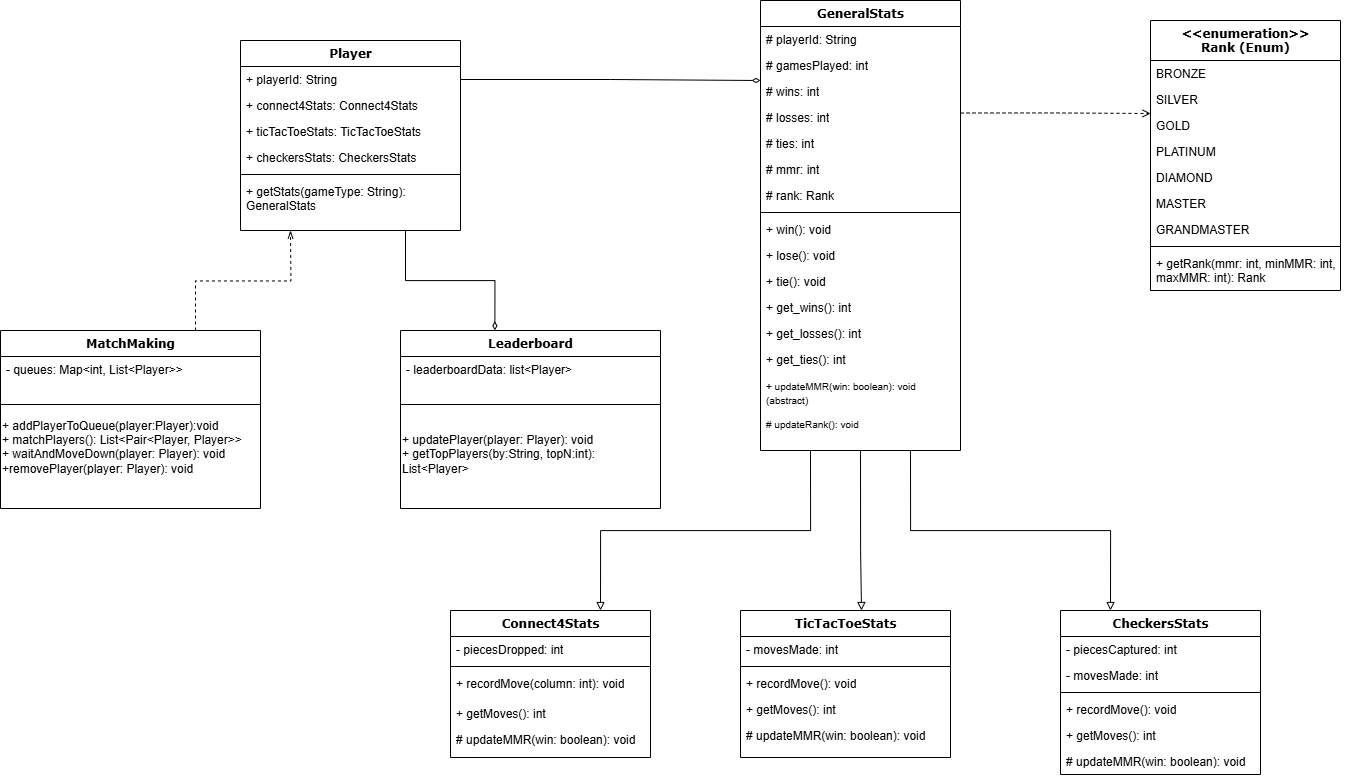
This is Structure Diagram/class_diagram.png from farshadislam/Socketed-Multigame-GUI, a draw.io export, as it was before one commit. Source tidied: cells renumbered, new cells last; positions are measured from the earlier drawing's top-left corner, leaving out a move shared by most shapes.
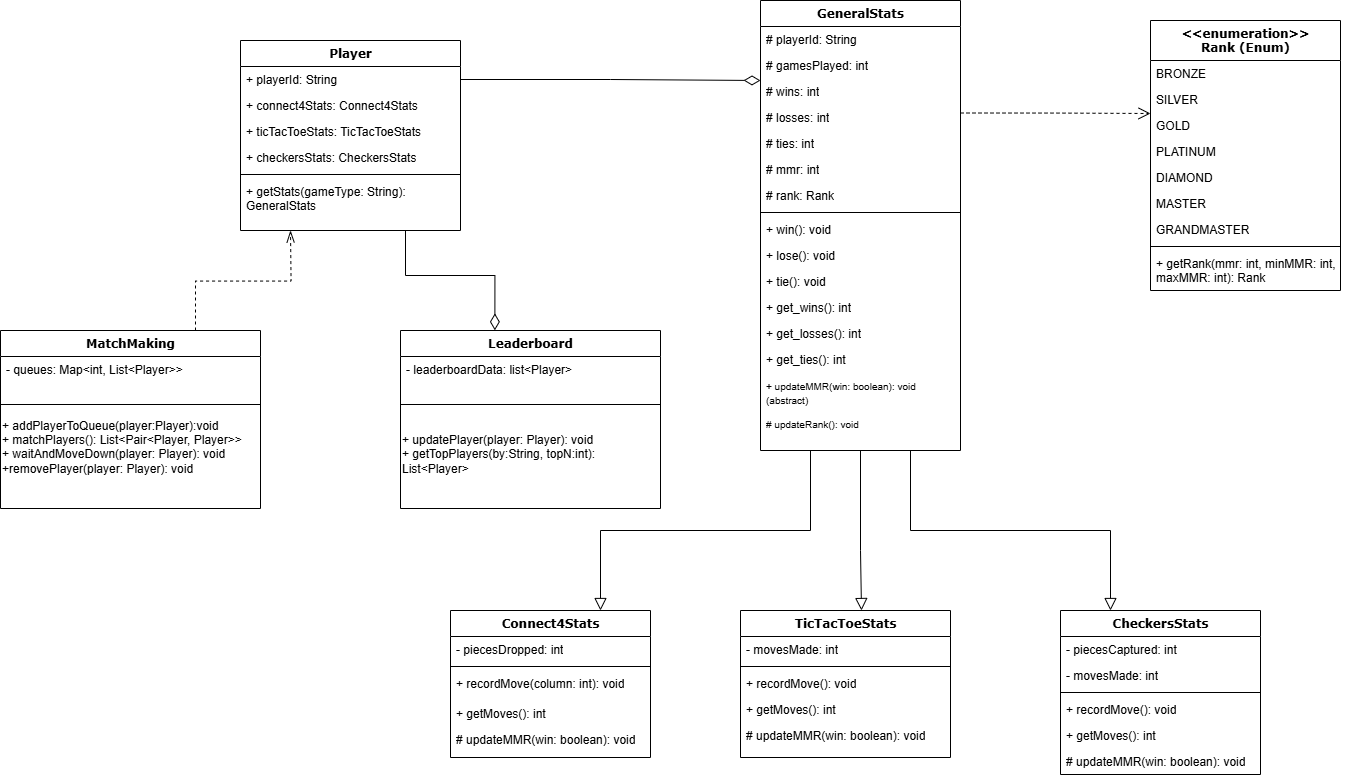
Above is the later version.

Commit message:
edited the aggregation of general stats and player to a composition, as a general stats class cannot exist without a player to have those stats, so its a composition

Diff of the diagram source:
```diff
@@ -2,10 +2,10 @@
   <root>
     <mxCell id="0" />
     <mxCell id="1" parent="0" />
-    <mxCell id="2" style="edgeStyle=orthogonalEdgeStyle;rounded=0;jettySize=auto;html=1;exitX=0.25;exitY=1;exitDx=0;exitDy=0;entryX=0.75;entryY=0;entryDx=0;entryDy=0;endArrow=block;endFill=0;" parent="1" edge="1" source="4" target="44">
+    <mxCell id="2" style="edgeStyle=orthogonalEdgeStyle;rounded=0;jettySize=auto;html=1;exitX=0.25;exitY=1;exitDx=0;exitDy=0;entryX=0.75;entryY=0;entryDx=0;entryDy=0;endArrow=block;endFill=0;endSize=10;" parent="1" edge="1" source="4" target="44">
       <mxGeometry relative="1" as="geometry" />
     </mxCell>
-    <mxCell id="3" style="edgeStyle=orthogonalEdgeStyle;rounded=0;jettySize=auto;html=1;exitX=0.75;exitY=1;exitDx=0;exitDy=0;entryX=0.25;entryY=0;entryDx=0;entryDy=0;endArrow=block;endFill=0;" parent="1" edge="1" source="4" target="56">
+    <mxCell id="3" style="edgeStyle=orthogonalEdgeStyle;rounded=0;jettySize=auto;html=1;exitX=0.75;exitY=1;exitDx=0;exitDy=0;entryX=0.25;entryY=0;entryDx=0;entryDy=0;endArrow=block;endFill=0;endSize=10;" parent="1" edge="1" source="4" target="56">
       <mxGeometry relative="1" as="geometry" />
     </mxCell>
     <mxCell id="4" value="GeneralStats" style="swimlane;html=1;fontStyle=1;align=center;verticalAlign=top;horizontal=1;startSize=26;swimlaneFillColor=#ffffff;rounded=0;shadow=0;comic=0;labelBackgroundColor=none;strokeWidth=1;fillColor=none;fontFamily=Verdana;fontSize=12;" parent="1" vertex="1">
@@ -59,7 +59,7 @@
     <mxCell id="20" value="&lt;font style=&quot;font-size: 10px;&quot;&gt;# updateRank(): void&lt;/font&gt;" style="text;html=1;strokeColor=none;fillColor=none;align=left;verticalAlign=top;spacingLeft=4;spacingRight=4;whiteSpace=wrap;overflow=hidden;" parent="4" vertex="1">
       <mxGeometry y="410" width="200" height="30" as="geometry" />
     </mxCell>
-    <mxCell id="21" style="edgeStyle=orthogonalEdgeStyle;rounded=0;jettySize=auto;html=1;exitX=0.75;exitY=0;exitDx=0;exitDy=0;dashed=1;endArrow=openThin;endFill=0;" parent="1" edge="1" source="22">
+    <mxCell id="21" style="edgeStyle=orthogonalEdgeStyle;rounded=0;jettySize=auto;html=1;exitX=0.75;exitY=0;exitDx=0;exitDy=0;dashed=1;endArrow=openThin;endFill=0;endSize=10;" parent="1" edge="1" source="22">
       <mxGeometry relative="1" as="geometry">
         <mxPoint x="290" y="230" as="targetPoint" />
       </mxGeometry>
@@ -199,7 +199,7 @@
     <mxCell id="66" value="&lt;div&gt;&lt;div&gt;+ updatePlayer(player: Player): void&lt;/div&gt;&lt;/div&gt;&lt;div&gt;+ getTopPlayers(by:String, topN:int): List&amp;lt;Player&amp;gt;&lt;/div&gt;" style="text;html=1;align=left;verticalAlign=middle;whiteSpace=wrap;rounded=0;" parent="63" vertex="1">
       <mxGeometry y="78" width="260" height="92" as="geometry" />
     </mxCell>
-    <mxCell id="67" style="edgeStyle=orthogonalEdgeStyle;rounded=0;jettySize=auto;html=1;exitX=0.5;exitY=1;exitDx=0;exitDy=0;endArrow=block;endFill=0;" parent="1" edge="1" source="4">
+    <mxCell id="67" style="edgeStyle=orthogonalEdgeStyle;rounded=0;jettySize=auto;html=1;exitX=0.5;exitY=1;exitDx=0;exitDy=0;endArrow=block;endFill=0;endSize=10;" parent="1" edge="1" source="4">
       <mxGeometry relative="1" as="geometry">
         <mxPoint x="861" y="610" as="targetPoint" />
         <Array as="points">
@@ -208,10 +208,10 @@
         </Array>
       </mxGeometry>
     </mxCell>
-    <mxCell id="68" style="edgeStyle=orthogonalEdgeStyle;rounded=0;jettySize=auto;html=1;exitX=0.75;exitY=1;exitDx=0;exitDy=0;entryX=0.363;entryY=-0.001;entryDx=0;entryDy=0;entryPerimeter=0;endArrow=diamondThin;endFill=0;" parent="1" edge="1" source="37" target="63">
+    <mxCell id="68" style="edgeStyle=orthogonalEdgeStyle;rounded=0;jettySize=auto;html=1;exitX=0.75;exitY=1;exitDx=0;exitDy=0;entryX=0.363;entryY=-0.001;entryDx=0;entryDy=0;entryPerimeter=0;endArrow=diamondThin;endFill=0;endSize=14;" parent="1" edge="1" source="37" target="63">
       <mxGeometry relative="1" as="geometry" />
     </mxCell>
-    <mxCell id="69" style="edgeStyle=orthogonalEdgeStyle;rounded=0;jettySize=auto;html=1;exitX=1;exitY=0.5;exitDx=0;exitDy=0;endArrow=diamondThin;endFill=0;" parent="1" edge="1" source="38">
+    <mxCell id="69" style="edgeStyle=orthogonalEdgeStyle;rounded=0;jettySize=auto;html=1;exitX=1;exitY=0.5;exitDx=0;exitDy=0;endArrow=diamondThin;endFill=0;endSize=14;" parent="1" edge="1" source="38">
       <mxGeometry relative="1" as="geometry">
         <mxPoint x="760" y="80" as="targetPoint" />
         <Array as="points">
@@ -220,7 +220,7 @@
         </Array>
       </mxGeometry>
     </mxCell>
-    <mxCell id="70" style="edgeStyle=orthogonalEdgeStyle;rounded=0;jettySize=auto;html=1;exitX=1;exitY=0.25;exitDx=0;exitDy=0;dashed=1;endArrow=open;endFill=0;" parent="1" edge="1" source="4">
+    <mxCell id="70" style="edgeStyle=orthogonalEdgeStyle;rounded=0;jettySize=auto;html=1;exitX=1;exitY=0.25;exitDx=0;exitDy=0;dashed=1;endArrow=open;endFill=0;endSize=10;" parent="1" edge="1" source="4">
       <mxGeometry relative="1" as="geometry">
         <mxPoint x="1150" y="114" as="targetPoint" />
         <Array as="points">
```
